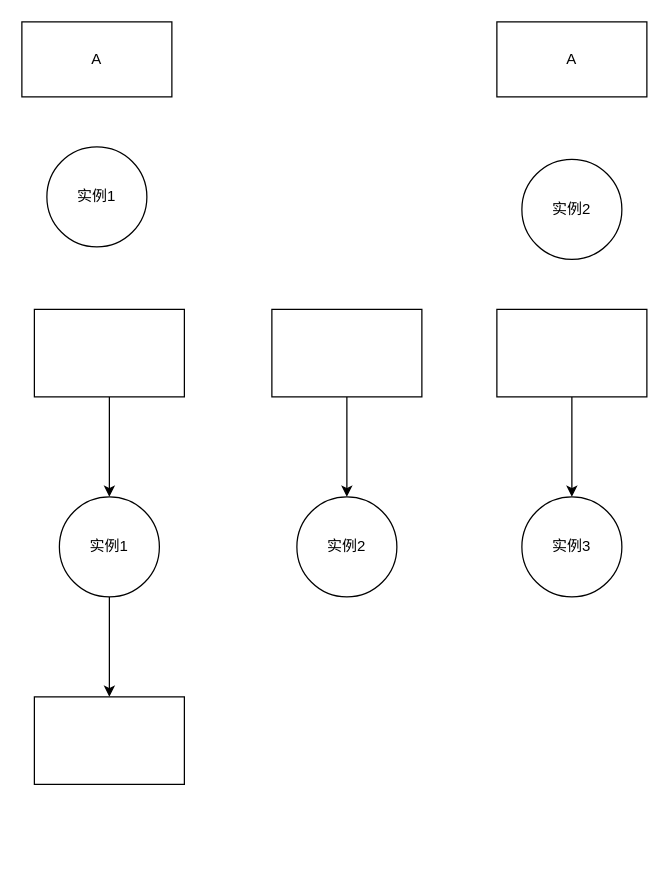
This is 实例粒度拓扑.drawio from biuboombiuboom/mydrawio, a draw.io file, before an edit. Source tidied: cells renumbered, new cells numbered last; positions are measured from the earlier drawing's top-left corner, leaving out a move shared by most shapes. Both pictures are drawn from the tidied source at 125%, with x=0, y=0 at pixel (21, 21).
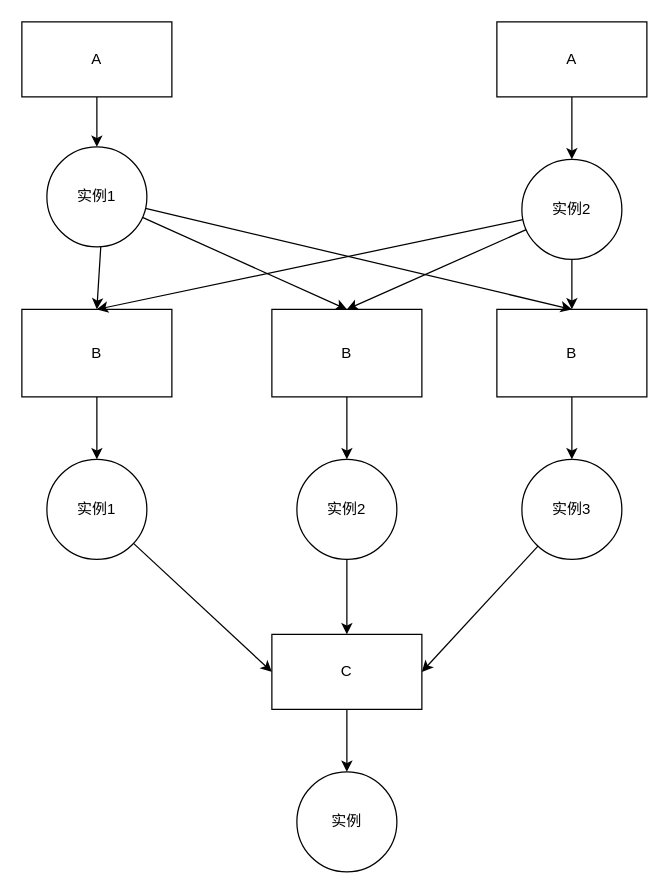
The same diagram, later.

Commit message (it also covers changes not shown here):
更新实例粒度拓扑.drawio

The change refers to these unchanged cells:
```xml
<mxCell id="13" value="A" style="rounded=0;whiteSpace=wrap;html=1;" parent="1" vertex="1">
  <mxGeometry width="120" height="60" as="geometry" />
</mxCell>
<mxCell id="14" value="A" style="rounded=0;whiteSpace=wrap;html=1;" parent="1" vertex="1">
  <mxGeometry x="380" width="120" height="60" as="geometry" />
</mxCell>
<mxCell id="15" value="实例2" style="ellipse;whiteSpace=wrap;html=1;rounded=0;" parent="1" vertex="1">
  <mxGeometry x="400" y="110" width="80" height="80" as="geometry" />
</mxCell>
<mxCell id="16" value="实例1" style="ellipse;whiteSpace=wrap;html=1;rounded=0;" parent="1" vertex="1">
  <mxGeometry x="20" y="100" width="80" height="80" as="geometry" />
</mxCell>
```

The edit, as a diff of the source:
```diff
@@
-    <mxCell id="3" style="rounded=0;whiteSpace=wrap;html=1;" parent="1" vertex="1">
-      <mxGeometry x="10" y="230" width="120" height="70" as="geometry" />
+    <mxCell id="3" value="B" style="rounded=0;whiteSpace=wrap;html=1;" parent="1" vertex="1">
+      <mxGeometry y="230" width="120" height="70" as="geometry" />
     </mxCell>
-    <mxCell id="4" style="edgeStyle=orthogonalEdgeStyle;rounded=0;jettySize=auto;html=1;" parent="1" edge="1" source="5">
-      <mxGeometry relative="1" as="geometry">
-        <mxPoint x="70" y="540" as="targetPoint" />
-      </mxGeometry>
-    </mxCell>
+    <mxCell id="17" style="edgeStyle=none;rounded=0;jettySize=auto;html=1;entryX=0;entryY=0.5;entryDx=0;entryDy=0;" parent="1" edge="1" source="5" target="29">
+      <mxGeometry relative="1" as="geometry" />
+    </mxCell>
     <mxCell id="5" value="实例1" style="ellipse;whiteSpace=wrap;html=1;rounded=0;" parent="1" vertex="1">
-      <mxGeometry x="30" y="380" width="80" height="80" as="geometry" />
+      <mxGeometry x="20" y="350" width="80" height="80" as="geometry" />
     </mxCell>
+    <mxCell id="18" style="edgeStyle=none;rounded=0;jettySize=auto;html=1;entryX=0.5;entryY=0;entryDx=0;entryDy=0;" parent="1" edge="1" source="6" target="29">
+      <mxGeometry relative="1" as="geometry" />
+    </mxCell>
     <mxCell id="6" value="实例2" style="ellipse;whiteSpace=wrap;html=1;rounded=0;" parent="1" vertex="1">
-      <mxGeometry x="220" y="380" width="80" height="80" as="geometry" />
+      <mxGeometry x="220" y="350" width="80" height="80" as="geometry" />
     </mxCell>
@@
-    <mxCell id="8" style="rounded=0;whiteSpace=wrap;html=1;" parent="1" vertex="1">
+    <mxCell id="8" value="B" style="rounded=0;whiteSpace=wrap;html=1;" parent="1" vertex="1">
       <mxGeometry x="200" y="230" width="120" height="70" as="geometry" />
     </mxCell>
+    <mxCell id="19" style="edgeStyle=none;rounded=0;jettySize=auto;html=1;entryX=1;entryY=0.5;entryDx=0;entryDy=0;" parent="1" edge="1" source="9" target="29">
+      <mxGeometry relative="1" as="geometry" />
+    </mxCell>
     <mxCell id="9" value="实例3" style="ellipse;whiteSpace=wrap;html=1;rounded=0;" parent="1" vertex="1">
-      <mxGeometry x="400" y="380" width="80" height="80" as="geometry" />
+      <mxGeometry x="400" y="350" width="80" height="80" as="geometry" />
     </mxCell>
@@
-    <mxCell id="11" style="rounded=0;whiteSpace=wrap;html=1;" parent="1" vertex="1">
+    <mxCell id="11" value="B" style="rounded=0;whiteSpace=wrap;html=1;" parent="1" vertex="1">
       <mxGeometry x="380" y="230" width="120" height="70" as="geometry" />
     </mxCell>
-    <mxCell id="12" style="rounded=0;whiteSpace=wrap;html=1;" parent="1" vertex="1">
-      <mxGeometry x="10" y="540" width="120" height="70" as="geometry" />
-    </mxCell>
+    <mxCell id="20" style="edgeStyle=none;rounded=0;jettySize=auto;html=1;" parent="1" edge="1" source="13" target="16">
+      <mxGeometry relative="1" as="geometry" />
+    </mxCell>
@@
+    <mxCell id="21" style="edgeStyle=none;rounded=0;jettySize=auto;html=1;" parent="1" edge="1" source="14" target="15">
+      <mxGeometry relative="1" as="geometry" />
+    </mxCell>
@@
+    <mxCell id="22" style="edgeStyle=none;rounded=0;jettySize=auto;html=1;" parent="1" edge="1" source="15" target="11">
+      <mxGeometry relative="1" as="geometry" />
+    </mxCell>
+    <mxCell id="23" style="edgeStyle=none;rounded=0;jettySize=auto;html=1;entryX=0.5;entryY=0;entryDx=0;entryDy=0;" parent="1" edge="1" source="15" target="8">
+      <mxGeometry relative="1" as="geometry" />
+    </mxCell>
+    <mxCell id="24" style="edgeStyle=none;rounded=0;jettySize=auto;html=1;entryX=0.5;entryY=0;entryDx=0;entryDy=0;" parent="1" edge="1" source="15" target="3">
+      <mxGeometry relative="1" as="geometry" />
+    </mxCell>
@@
+    <mxCell id="25" style="rounded=0;jettySize=auto;html=1;" parent="1" edge="1" source="16" target="3">
+      <mxGeometry relative="1" as="geometry" />
+    </mxCell>
+    <mxCell id="26" style="rounded=0;jettySize=auto;html=1;entryX=0.5;entryY=0;entryDx=0;entryDy=0;" parent="1" edge="1" source="16" target="8">
+      <mxGeometry relative="1" as="geometry" />
+    </mxCell>
+    <mxCell id="27" style="rounded=0;jettySize=auto;html=1;" parent="1" edge="1" source="16">
+      <mxGeometry relative="1" as="geometry">
+        <mxPoint x="440" y="230" as="targetPoint" />
+      </mxGeometry>
+    </mxCell>
@@
+    <mxCell id="28" style="edgeStyle=none;rounded=0;jettySize=auto;html=1;" parent="1" edge="1" source="29" target="30">
+      <mxGeometry relative="1" as="geometry" />
+    </mxCell>
+    <mxCell id="29" value="C" style="whiteSpace=wrap;html=1;rounded=0;" parent="1" vertex="1">
+      <mxGeometry x="200" y="490" width="120" height="60" as="geometry" />
+    </mxCell>
+    <mxCell id="30" value="实例" style="ellipse;whiteSpace=wrap;html=1;rounded=0;" parent="1" vertex="1">
+      <mxGeometry x="220" y="600" width="80" height="80" as="geometry" />
+    </mxCell>
```
